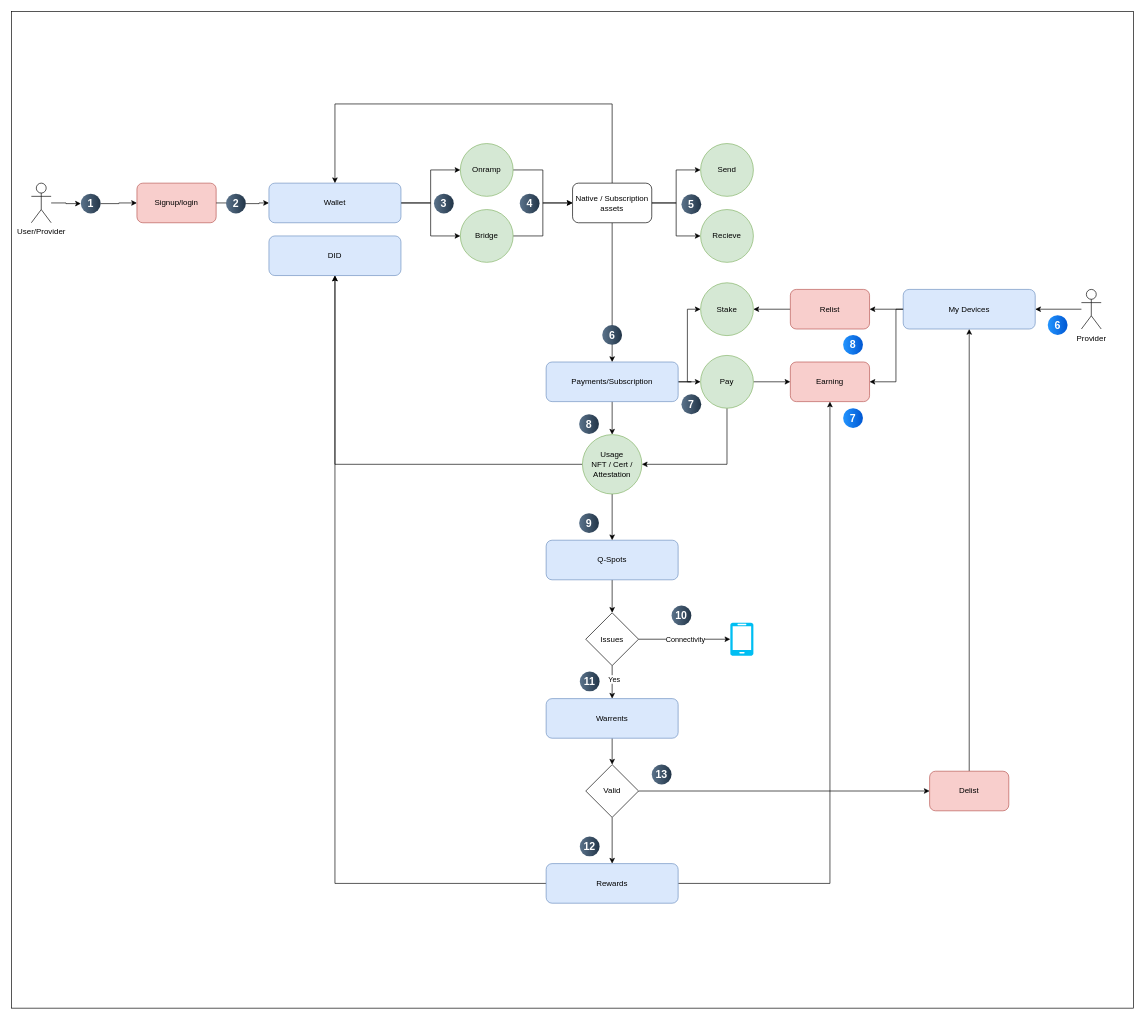
Before: Quantinium-user-journey.drawio in ali-05-ahmed/Concept-Diagrams, a draw.io diagram. Source tidied: cells renumbered, new cells numbered last; positions are measured from the earlier drawing's top-left corner, leaving out a move shared by most shapes. Both pictures are drawn from the tidied source at 66%, with x=0, y=0 at pixel (11, 11).
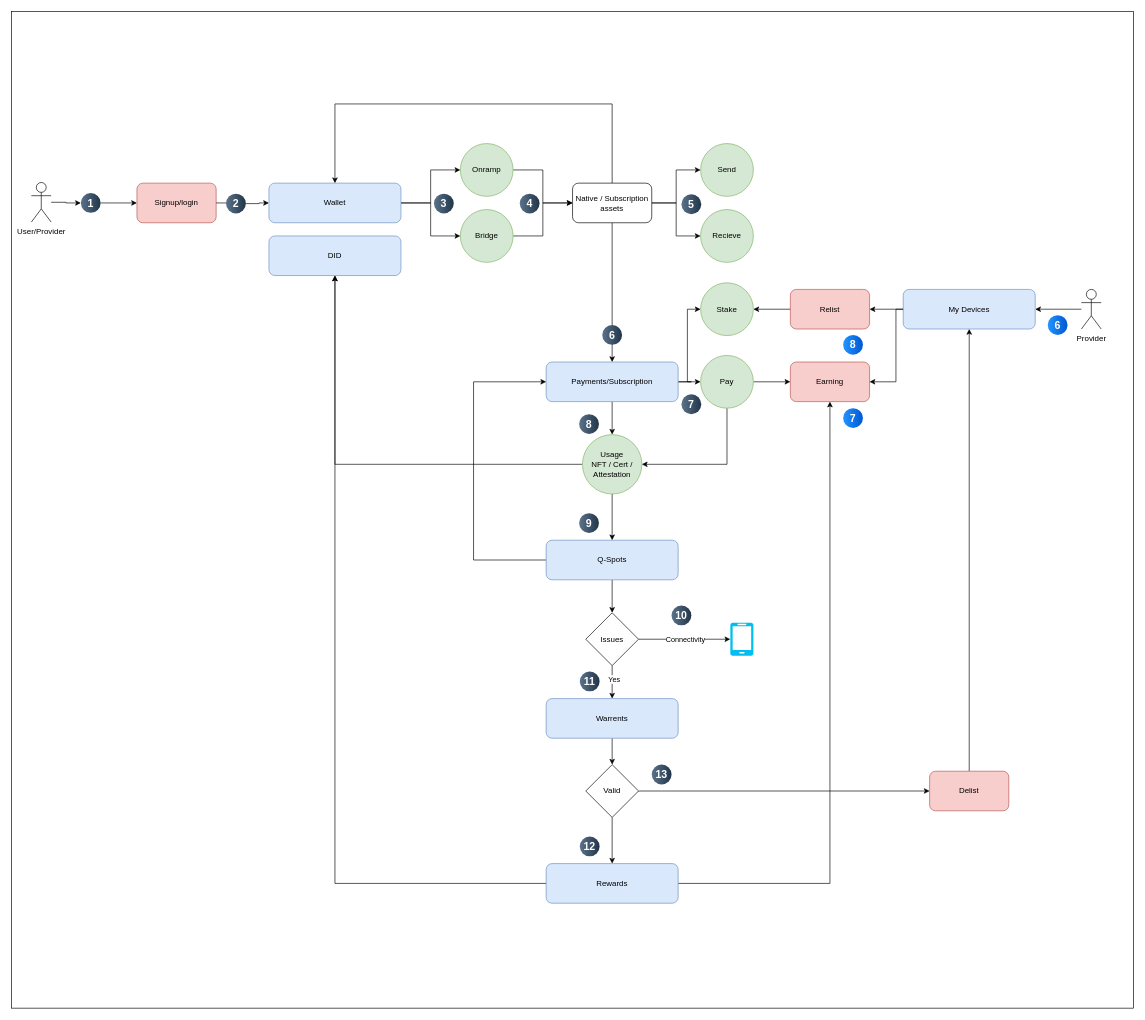
After the change.

Unchanged cells that the change refers to:
```xml
<mxCell id="13" value="Payments/Subscription" style="rounded=1;whiteSpace=wrap;html=1;fillColor=#dae8fc;strokeColor=#6c8ebf;" parent="1" vertex="1">
  <mxGeometry x="810" y="531" width="200" height="60" as="geometry" />
</mxCell>
<mxCell id="34" value="Q-Spots" style="rounded=1;whiteSpace=wrap;html=1;fillColor=#dae8fc;strokeColor=#6c8ebf;" parent="1" vertex="1">
  <mxGeometry x="810" y="801" width="200" height="60" as="geometry" />
</mxCell>
```

What changed in the source:
```diff
@@
     <mxCell id="4" value="User/Provider" style="shape=umlActor;verticalLabelPosition=bottom;verticalAlign=top;html=1;outlineConnect=0;" parent="1" vertex="1">
-      <mxGeometry x="30" y="260" width="30" height="60" as="geometry" />
+      <mxGeometry x="30" y="259" width="30" height="60" as="geometry" />
     </mxCell>
@@
+    <mxCell id="77" style="edgeStyle=orthogonalEdgeStyle;rounded=0;jettySize=auto;html=1;entryX=0;entryY=0.5;entryDx=0;entryDy=0;" parent="1" edge="1" source="34" target="13">
+      <mxGeometry relative="1" as="geometry">
+        <Array as="points">
+          <mxPoint x="700" y="831" />
+          <mxPoint x="700" y="561" />
+        </Array>
+      </mxGeometry>
+    </mxCell>
@@
     <mxCell id="60" value="1" style="ellipse;whiteSpace=wrap;html=1;rotation=0;gradientColor=#223548;strokeColor=none;gradientDirection=east;fillColor=#5b738b;rounded=0;fontFamily=Helvetica;fontSize=16;fontColor=#FFFFFF;spacingTop=4;spacingBottom=4;spacingLeft=4;spacingRight=4;points=[];fontStyle=1;" parent="1" vertex="1">
-      <mxGeometry x="105" y="276" width="30" height="30" as="geometry" />
+      <mxGeometry x="105" y="275" width="30" height="30" as="geometry" />
     </mxCell>
```
